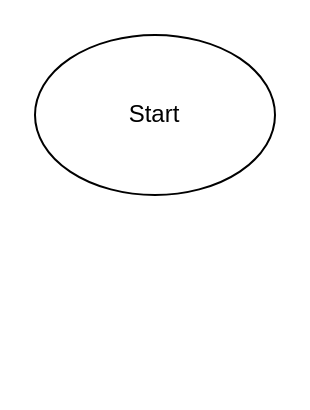
1110gbrown/computinglogic keeps this draw.io diagram as module5.drawio. Above is the earlier version. Source tidied: cells renumbered, new cells numbered last; positions are measured from the earlier drawing's top-left corner, leaving out a move shared by most shapes. Both pictures are drawn from the tidied source at 200%, with x=0, y=0 at pixel (34, 34).
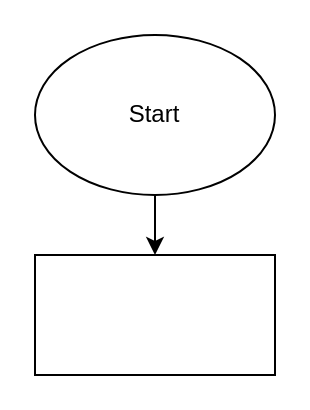
After the change.

Change to the diagram source:
```diff
@@
 <mxGraphModel>
   <root>
     <mxCell id="0" />
     <mxCell id="1" parent="0" />
+    <mxCell id="3" style="edgeStyle=orthogonalEdgeStyle;rounded=0;jettySize=auto;html=1;" parent="1" edge="1" source="2" target="4">
+      <mxGeometry relative="1" as="geometry" />
+    </mxCell>
     <mxCell id="2" value="Start" style="ellipse;whiteSpace=wrap;html=1;" parent="1" vertex="1">
       <mxGeometry width="120" height="80" as="geometry" />
     </mxCell>
+    <mxCell id="4" style="whiteSpace=wrap;html=1;" parent="1" vertex="1">
+      <mxGeometry y="110" width="120" height="60" as="geometry" />
+    </mxCell>
   </root>
 </mxGraphModel>
```
